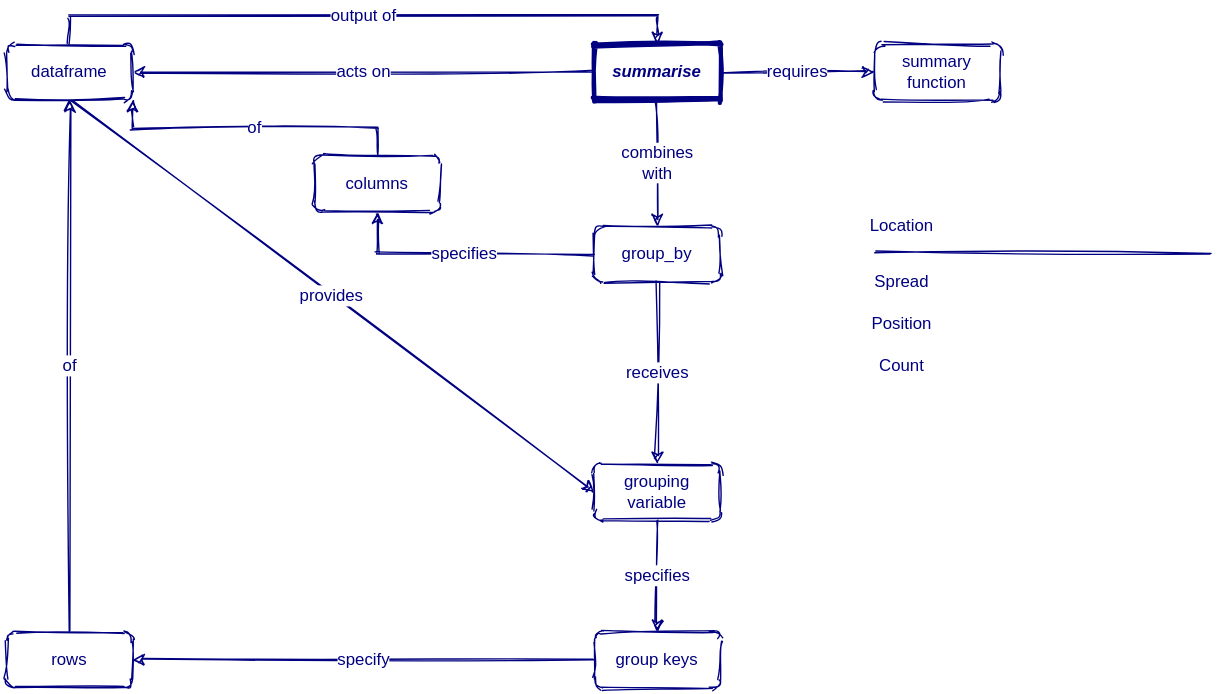
This is dplyr-summairse.svg from larnsce/diagrams, a draw.io export, as it was before one commit. Source tidied: cells renumbered, new cells last; positions are measured from the earlier drawing's top-left corner, leaving out a move shared by most shapes. Source of this version:
```xml
<mxGraphModel>
  <root>
    <mxCell id="0" />
    <mxCell id="1" parent="0" />
    <mxCell id="2" value="&lt;div&gt;combines&lt;/div&gt;&lt;div&gt;with&lt;/div&gt;" style="edgeStyle=orthogonalEdgeStyle;rounded=0;sketch=1;jettySize=auto;html=1;exitX=0.5;exitY=1;exitDx=0;exitDy=0;endArrow=classic;endFill=1;strokeColor=#000080;fontFamily=Helvetica;fontSize=12;fontColor=#000080;" parent="1" edge="1" source="5" target="13">
      <mxGeometry relative="1" as="geometry" />
    </mxCell>
    <mxCell id="3" value="acts on" style="edgeStyle=none;rounded=0;sketch=1;jettySize=auto;html=1;exitX=0;exitY=0.5;exitDx=0;exitDy=0;entryX=1;entryY=0.5;entryDx=0;entryDy=0;endArrow=classic;endFill=1;strokeColor=#000080;fontFamily=Helvetica;fontSize=12;fontColor=#000080;" parent="1" edge="1" source="5" target="9">
      <mxGeometry relative="1" as="geometry" />
    </mxCell>
    <mxCell id="4" value="requires" style="edgeStyle=orthogonalEdgeStyle;rounded=0;sketch=1;jettySize=auto;html=1;exitX=1;exitY=0.5;exitDx=0;exitDy=0;endArrow=classic;endFill=1;strokeColor=#000080;fontFamily=Helvetica;fontSize=12;fontColor=#000080;" parent="1" edge="1" source="5" target="10">
      <mxGeometry relative="1" as="geometry" />
    </mxCell>
    <mxCell id="5" value="&lt;div style=&quot;font-size: 12px;&quot;&gt;summarise&lt;/div&gt;" style="rounded=1;whiteSpace=wrap;html=1;sketch=1;strokeColor=#000080;fontFamily=Helvetica;strokeWidth=3;fontColor=#000080;fontStyle=3;fontSize=12;arcSize=0;" parent="1" vertex="1">
      <mxGeometry x="420" width="90" height="40" as="geometry" />
    </mxCell>
    <mxCell id="6" style="edgeStyle=orthogonalEdgeStyle;rounded=0;sketch=1;orthogonalLoop=1;jettySize=auto;html=1;exitX=1;exitY=0.5;exitDx=0;exitDy=0;entryX=1;entryY=0.5;entryDx=0;entryDy=0;strokeColor=#000080;fontFamily=Helvetica;fontColor=#000080;fontSize=12;" parent="1" edge="1" source="9" target="9">
      <mxGeometry relative="1" as="geometry" />
    </mxCell>
    <mxCell id="7" value="provides" style="edgeStyle=none;rounded=0;sketch=1;jettySize=auto;html=1;exitX=0.5;exitY=1;exitDx=0;exitDy=0;entryX=0;entryY=0.5;entryDx=0;entryDy=0;endArrow=classic;endFill=1;strokeColor=#000080;fontFamily=Helvetica;fontSize=12;fontColor=#000080;" parent="1" edge="1" source="9" target="15">
      <mxGeometry relative="1" as="geometry" />
    </mxCell>
    <mxCell id="8" value="output of" style="edgeStyle=orthogonalEdgeStyle;rounded=0;sketch=1;jettySize=auto;html=1;exitX=0.5;exitY=0;exitDx=0;exitDy=0;entryX=0.5;entryY=0;entryDx=0;entryDy=0;endArrow=classic;endFill=1;strokeColor=#000080;fontFamily=Helvetica;fontSize=12;fontColor=#000080;" parent="1" edge="1" source="9" target="5">
      <mxGeometry relative="1" as="geometry" />
    </mxCell>
    <mxCell id="9" value="&lt;div style=&quot;font-size: 12px;&quot;&gt;dataframe&lt;/div&gt;" style="rounded=1;whiteSpace=wrap;html=1;sketch=1;strokeColor=#000080;fontFamily=Helvetica;strokeWidth=1;fontColor=#000080;fontStyle=0;fontSize=12;" parent="1" vertex="1">
      <mxGeometry width="90" height="40" as="geometry" />
    </mxCell>
    <mxCell id="10" value="summary function" style="whiteSpace=wrap;html=1;rounded=1;fontColor=#000080;fontStyle=0;strokeColor=#000080;strokeWidth=1;sketch=1;fontSize=12;" parent="1" vertex="1">
      <mxGeometry x="620" width="90" height="40" as="geometry" />
    </mxCell>
    <mxCell id="11" value="&lt;div&gt;receives&lt;/div&gt;" style="rounded=0;sketch=1;jettySize=auto;html=1;endArrow=classic;endFill=1;strokeColor=#000080;fontFamily=Helvetica;fontSize=12;fontColor=#000080;entryX=0.5;entryY=0;entryDx=0;entryDy=0;" parent="1" edge="1" source="13" target="15">
      <mxGeometry relative="1" as="geometry" />
    </mxCell>
    <mxCell id="12" value="specifies" style="edgeStyle=orthogonalEdgeStyle;rounded=0;sketch=1;jettySize=auto;html=1;exitX=0;exitY=0.5;exitDx=0;exitDy=0;endArrow=classic;endFill=1;strokeColor=#000080;fontFamily=Helvetica;fontSize=12;fontColor=#000080;" parent="1" edge="1" source="13" target="21">
      <mxGeometry relative="1" as="geometry" />
    </mxCell>
    <mxCell id="13" value="group_by" style="rounded=1;whiteSpace=wrap;html=1;sketch=1;strokeColor=#000080;strokeWidth=1;fontSize=12;fontColor=#000080;" parent="1" vertex="1">
      <mxGeometry x="420" y="130" width="90" height="40" as="geometry" />
    </mxCell>
    <mxCell id="14" value="specifies" style="edgeStyle=orthogonalEdgeStyle;rounded=0;sketch=1;jettySize=auto;html=1;exitX=0.5;exitY=1;exitDx=0;exitDy=0;endArrow=classic;endFill=1;strokeColor=#000080;fontFamily=Helvetica;fontSize=12;fontColor=#000080;" parent="1" edge="1" source="15" target="19">
      <mxGeometry relative="1" as="geometry" />
    </mxCell>
    <mxCell id="15" value="&lt;div&gt;grouping&lt;/div&gt;&lt;div&gt;variable&lt;br&gt;&lt;/div&gt;" style="whiteSpace=wrap;html=1;rounded=1;fontColor=#000080;strokeColor=#000080;strokeWidth=1;sketch=1;" parent="1" vertex="1">
      <mxGeometry x="420" y="300" width="90" height="40" as="geometry" />
    </mxCell>
    <mxCell id="16" value="of" style="edgeStyle=orthogonalEdgeStyle;rounded=0;sketch=1;jettySize=auto;html=1;exitX=0.5;exitY=0;exitDx=0;exitDy=0;endArrow=classic;endFill=1;strokeColor=#000080;fontFamily=Helvetica;fontSize=12;fontColor=#000080;" parent="1" edge="1" source="17" target="9">
      <mxGeometry relative="1" as="geometry" />
    </mxCell>
    <mxCell id="17" value="rows" style="rounded=1;whiteSpace=wrap;html=1;sketch=1;strokeColor=#000080;strokeWidth=1;fontSize=12;fontColor=#000080;" parent="1" vertex="1">
      <mxGeometry y="420" width="90" height="40" as="geometry" />
    </mxCell>
    <mxCell id="18" value="specify" style="edgeStyle=orthogonalEdgeStyle;rounded=0;sketch=1;jettySize=auto;html=1;exitX=0;exitY=0.5;exitDx=0;exitDy=0;entryX=1;entryY=0.5;entryDx=0;entryDy=0;endArrow=classic;endFill=1;strokeColor=#000080;fontFamily=Helvetica;fontSize=12;fontColor=#000080;" parent="1" edge="1" source="19" target="17">
      <mxGeometry relative="1" as="geometry" />
    </mxCell>
    <mxCell id="19" value="group keys" style="rounded=1;whiteSpace=wrap;html=1;sketch=1;strokeColor=#000080;strokeWidth=1;fontSize=12;fontColor=#000080;" parent="1" vertex="1">
      <mxGeometry x="420" y="420" width="90" height="40" as="geometry" />
    </mxCell>
    <mxCell id="20" value="of" style="rounded=0;sketch=1;jettySize=auto;html=1;exitX=0.5;exitY=0;exitDx=0;exitDy=0;entryX=1;entryY=1;entryDx=0;entryDy=0;endArrow=classic;endFill=1;strokeColor=#000080;fontFamily=Helvetica;fontSize=12;fontColor=#000080;edgeStyle=orthogonalEdgeStyle;" parent="1" edge="1" source="21" target="9">
      <mxGeometry relative="1" as="geometry" />
    </mxCell>
    <mxCell id="21" value="columns" style="rounded=1;whiteSpace=wrap;html=1;sketch=1;strokeColor=#000080;strokeWidth=1;fontSize=12;fontColor=#000080;" parent="1" vertex="1">
      <mxGeometry x="220" y="80" width="90" height="40" as="geometry" />
    </mxCell>
    <mxCell id="22" style="endArrow=none;html=1;strokeColor=#000080;fontFamily=Helvetica;fontSize=12;fontColor=#000080;sketch=1;" parent="1" edge="1">
      <mxGeometry relative="1" as="geometry">
        <mxPoint x="620" y="149.5" as="sourcePoint" />
        <mxPoint x="860" y="149.5" as="targetPoint" />
      </mxGeometry>
    </mxCell>
    <mxCell id="23" value="Location" style="text;html=1;strokeColor=none;fillColor=none;align=center;verticalAlign=middle;whiteSpace=wrap;rounded=0;sketch=1;fontSize=12;fontColor=#000080;" parent="1" vertex="1">
      <mxGeometry x="620" y="120" width="40" height="20" as="geometry" />
    </mxCell>
    <mxCell id="24" value="Spread" style="text;html=1;strokeColor=none;fillColor=none;align=center;verticalAlign=middle;whiteSpace=wrap;rounded=0;sketch=1;fontSize=12;fontColor=#000080;" parent="1" vertex="1">
      <mxGeometry x="620" y="160" width="40" height="20" as="geometry" />
    </mxCell>
    <mxCell id="25" value="Position" style="text;html=1;strokeColor=none;fillColor=none;align=center;verticalAlign=middle;whiteSpace=wrap;rounded=0;sketch=1;fontSize=12;fontColor=#000080;" parent="1" vertex="1">
      <mxGeometry x="620" y="190" width="40" height="20" as="geometry" />
    </mxCell>
    <mxCell id="26" value="Count" style="text;html=1;strokeColor=none;fillColor=none;align=center;verticalAlign=middle;whiteSpace=wrap;rounded=0;sketch=1;fontSize=12;fontColor=#000080;" parent="1" vertex="1">
      <mxGeometry x="620" y="220" width="40" height="20" as="geometry" />
    </mxCell>
  </root>
</mxGraphModel>
```
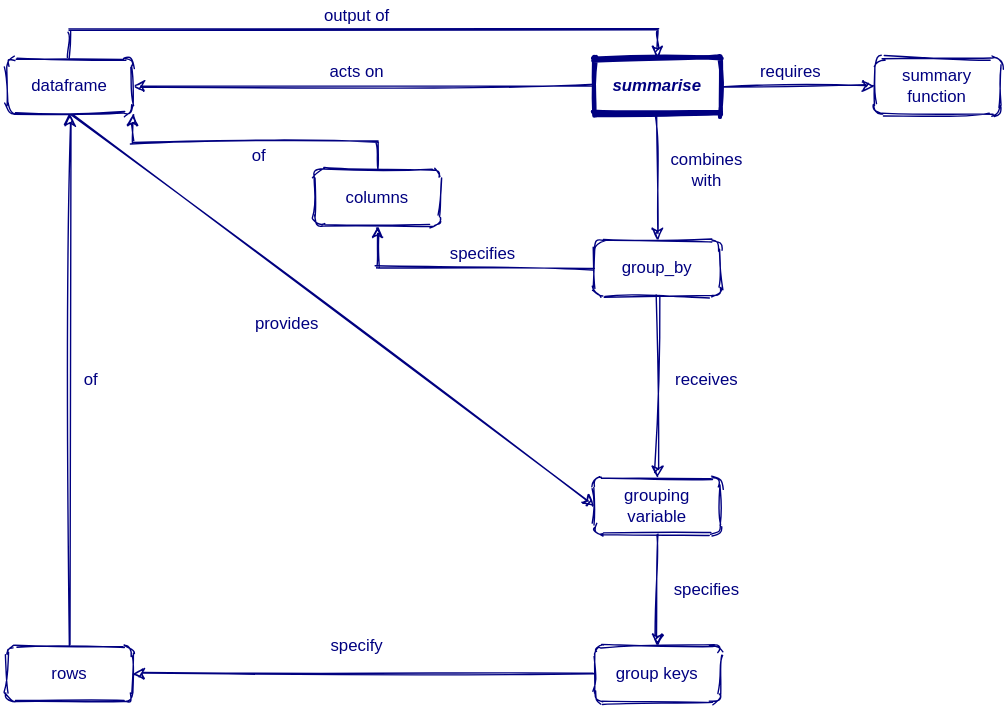
After the change.

Diff of the diagram source:
```diff
@@ -3,13 +3,13 @@
     <mxCell id="0" />
     <mxCell id="1" parent="0" />
     <mxCell id="2" value="&lt;div&gt;combines&lt;/div&gt;&lt;div&gt;with&lt;/div&gt;" style="edgeStyle=orthogonalEdgeStyle;rounded=0;sketch=1;jettySize=auto;html=1;exitX=0.5;exitY=1;exitDx=0;exitDy=0;endArrow=classic;endFill=1;strokeColor=#000080;fontFamily=Helvetica;fontSize=12;fontColor=#000080;" parent="1" edge="1" source="5" target="13">
-      <mxGeometry relative="1" as="geometry" />
+      <mxGeometry x="-0.11" y="35" relative="1" as="geometry" />
     </mxCell>
     <mxCell id="3" value="acts on" style="edgeStyle=none;rounded=0;sketch=1;jettySize=auto;html=1;exitX=0;exitY=0.5;exitDx=0;exitDy=0;entryX=1;entryY=0.5;entryDx=0;entryDy=0;endArrow=classic;endFill=1;strokeColor=#000080;fontFamily=Helvetica;fontSize=12;fontColor=#000080;" parent="1" edge="1" source="5" target="9">
-      <mxGeometry relative="1" as="geometry" />
+      <mxGeometry x="0.03" y="-10" relative="1" as="geometry" />
     </mxCell>
     <mxCell id="4" value="requires" style="edgeStyle=orthogonalEdgeStyle;rounded=0;sketch=1;jettySize=auto;html=1;exitX=1;exitY=0.5;exitDx=0;exitDy=0;endArrow=classic;endFill=1;strokeColor=#000080;fontFamily=Helvetica;fontSize=12;fontColor=#000080;" parent="1" edge="1" source="5" target="10">
-      <mxGeometry relative="1" as="geometry" />
+      <mxGeometry x="-0.09" y="10" relative="1" as="geometry" />
     </mxCell>
     <mxCell id="5" value="&lt;div style=&quot;font-size: 12px;&quot;&gt;summarise&lt;/div&gt;" style="rounded=1;whiteSpace=wrap;html=1;sketch=1;strokeColor=#000080;fontFamily=Helvetica;strokeWidth=3;fontColor=#000080;fontStyle=3;fontSize=12;arcSize=0;" parent="1" vertex="1">
       <mxGeometry x="420" width="90" height="40" as="geometry" />
@@ -18,10 +18,10 @@
       <mxGeometry relative="1" as="geometry" />
     </mxCell>
     <mxCell id="7" value="provides" style="edgeStyle=none;rounded=0;sketch=1;jettySize=auto;html=1;exitX=0.5;exitY=1;exitDx=0;exitDy=0;entryX=0;entryY=0.5;entryDx=0;entryDy=0;endArrow=classic;endFill=1;strokeColor=#000080;fontFamily=Helvetica;fontSize=12;fontColor=#000080;" parent="1" edge="1" source="9" target="15">
-      <mxGeometry relative="1" as="geometry" />
+      <mxGeometry x="-0.09" y="-27" relative="1" as="geometry" />
     </mxCell>
     <mxCell id="8" value="output of" style="edgeStyle=orthogonalEdgeStyle;rounded=0;sketch=1;jettySize=auto;html=1;exitX=0.5;exitY=0;exitDx=0;exitDy=0;entryX=0.5;entryY=0;entryDx=0;entryDy=0;endArrow=classic;endFill=1;strokeColor=#000080;fontFamily=Helvetica;fontSize=12;fontColor=#000080;" parent="1" edge="1" source="9" target="5">
-      <mxGeometry relative="1" as="geometry" />
+      <mxGeometry x="-0.02" y="10" relative="1" as="geometry" />
     </mxCell>
     <mxCell id="9" value="&lt;div style=&quot;font-size: 12px;&quot;&gt;dataframe&lt;/div&gt;" style="rounded=1;whiteSpace=wrap;html=1;sketch=1;strokeColor=#000080;fontFamily=Helvetica;strokeWidth=1;fontColor=#000080;fontStyle=0;fontSize=12;" parent="1" vertex="1">
       <mxGeometry width="90" height="40" as="geometry" />
@@ -30,55 +30,37 @@
       <mxGeometry x="620" width="90" height="40" as="geometry" />
     </mxCell>
     <mxCell id="11" value="&lt;div&gt;receives&lt;/div&gt;" style="rounded=0;sketch=1;jettySize=auto;html=1;endArrow=classic;endFill=1;strokeColor=#000080;fontFamily=Helvetica;fontSize=12;fontColor=#000080;entryX=0.5;entryY=0;entryDx=0;entryDy=0;" parent="1" edge="1" source="13" target="15">
-      <mxGeometry relative="1" as="geometry" />
+      <mxGeometry x="-0.08" y="35" relative="1" as="geometry" />
     </mxCell>
     <mxCell id="12" value="specifies" style="edgeStyle=orthogonalEdgeStyle;rounded=0;sketch=1;jettySize=auto;html=1;exitX=0;exitY=0.5;exitDx=0;exitDy=0;endArrow=classic;endFill=1;strokeColor=#000080;fontFamily=Helvetica;fontSize=12;fontColor=#000080;" parent="1" edge="1" source="13" target="21">
-      <mxGeometry relative="1" as="geometry" />
+      <mxGeometry x="0.78" y="-75" relative="1" as="geometry" />
     </mxCell>
     <mxCell id="13" value="group_by" style="rounded=1;whiteSpace=wrap;html=1;sketch=1;strokeColor=#000080;strokeWidth=1;fontSize=12;fontColor=#000080;" parent="1" vertex="1">
       <mxGeometry x="420" y="130" width="90" height="40" as="geometry" />
     </mxCell>
     <mxCell id="14" value="specifies" style="edgeStyle=orthogonalEdgeStyle;rounded=0;sketch=1;jettySize=auto;html=1;exitX=0.5;exitY=1;exitDx=0;exitDy=0;endArrow=classic;endFill=1;strokeColor=#000080;fontFamily=Helvetica;fontSize=12;fontColor=#000080;" parent="1" edge="1" source="15" target="19">
-      <mxGeometry relative="1" as="geometry" />
+      <mxGeometry y="35" relative="1" as="geometry" />
     </mxCell>
     <mxCell id="15" value="&lt;div&gt;grouping&lt;/div&gt;&lt;div&gt;variable&lt;br&gt;&lt;/div&gt;" style="whiteSpace=wrap;html=1;rounded=1;fontColor=#000080;strokeColor=#000080;strokeWidth=1;sketch=1;" parent="1" vertex="1">
       <mxGeometry x="420" y="300" width="90" height="40" as="geometry" />
     </mxCell>
     <mxCell id="16" value="of" style="edgeStyle=orthogonalEdgeStyle;rounded=0;sketch=1;jettySize=auto;html=1;exitX=0.5;exitY=0;exitDx=0;exitDy=0;endArrow=classic;endFill=1;strokeColor=#000080;fontFamily=Helvetica;fontSize=12;fontColor=#000080;" parent="1" edge="1" source="17" target="9">
-      <mxGeometry relative="1" as="geometry" />
+      <mxGeometry y="-15" relative="1" as="geometry" />
     </mxCell>
     <mxCell id="17" value="rows" style="rounded=1;whiteSpace=wrap;html=1;sketch=1;strokeColor=#000080;strokeWidth=1;fontSize=12;fontColor=#000080;" parent="1" vertex="1">
       <mxGeometry y="420" width="90" height="40" as="geometry" />
     </mxCell>
     <mxCell id="18" value="specify" style="edgeStyle=orthogonalEdgeStyle;rounded=0;sketch=1;jettySize=auto;html=1;exitX=0;exitY=0.5;exitDx=0;exitDy=0;entryX=1;entryY=0.5;entryDx=0;entryDy=0;endArrow=classic;endFill=1;strokeColor=#000080;fontFamily=Helvetica;fontSize=12;fontColor=#000080;" parent="1" edge="1" source="19" target="17">
-      <mxGeometry relative="1" as="geometry" />
+      <mxGeometry x="0.03" y="-20" relative="1" as="geometry" />
     </mxCell>
     <mxCell id="19" value="group keys" style="rounded=1;whiteSpace=wrap;html=1;sketch=1;strokeColor=#000080;strokeWidth=1;fontSize=12;fontColor=#000080;" parent="1" vertex="1">
       <mxGeometry x="420" y="420" width="90" height="40" as="geometry" />
     </mxCell>
     <mxCell id="20" value="of" style="rounded=0;sketch=1;jettySize=auto;html=1;exitX=0.5;exitY=0;exitDx=0;exitDy=0;entryX=1;entryY=1;entryDx=0;entryDy=0;endArrow=classic;endFill=1;strokeColor=#000080;fontFamily=Helvetica;fontSize=12;fontColor=#000080;edgeStyle=orthogonalEdgeStyle;" parent="1" edge="1" source="21" target="9">
-      <mxGeometry relative="1" as="geometry" />
+      <mxGeometry x="-0.02" y="10" relative="1" as="geometry" />
     </mxCell>
     <mxCell id="21" value="columns" style="rounded=1;whiteSpace=wrap;html=1;sketch=1;strokeColor=#000080;strokeWidth=1;fontSize=12;fontColor=#000080;" parent="1" vertex="1">
       <mxGeometry x="220" y="80" width="90" height="40" as="geometry" />
     </mxCell>
-    <mxCell id="22" style="endArrow=none;html=1;strokeColor=#000080;fontFamily=Helvetica;fontSize=12;fontColor=#000080;sketch=1;" parent="1" edge="1">
-      <mxGeometry relative="1" as="geometry">
-        <mxPoint x="620" y="149.5" as="sourcePoint" />
-        <mxPoint x="860" y="149.5" as="targetPoint" />
-      </mxGeometry>
-    </mxCell>
-    <mxCell id="23" value="Location" style="text;html=1;strokeColor=none;fillColor=none;align=center;verticalAlign=middle;whiteSpace=wrap;rounded=0;sketch=1;fontSize=12;fontColor=#000080;" parent="1" vertex="1">
-      <mxGeometry x="620" y="120" width="40" height="20" as="geometry" />
-    </mxCell>
-    <mxCell id="24" value="Spread" style="text;html=1;strokeColor=none;fillColor=none;align=center;verticalAlign=middle;whiteSpace=wrap;rounded=0;sketch=1;fontSize=12;fontColor=#000080;" parent="1" vertex="1">
-      <mxGeometry x="620" y="160" width="40" height="20" as="geometry" />
-    </mxCell>
-    <mxCell id="25" value="Position" style="text;html=1;strokeColor=none;fillColor=none;align=center;verticalAlign=middle;whiteSpace=wrap;rounded=0;sketch=1;fontSize=12;fontColor=#000080;" parent="1" vertex="1">
-      <mxGeometry x="620" y="190" width="40" height="20" as="geometry" />
-    </mxCell>
-    <mxCell id="26" value="Count" style="text;html=1;strokeColor=none;fillColor=none;align=center;verticalAlign=middle;whiteSpace=wrap;rounded=0;sketch=1;fontSize=12;fontColor=#000080;" parent="1" vertex="1">
-      <mxGeometry x="620" y="220" width="40" height="20" as="geometry" />
-    </mxCell>
   </root>
 </mxGraphModel>
```
